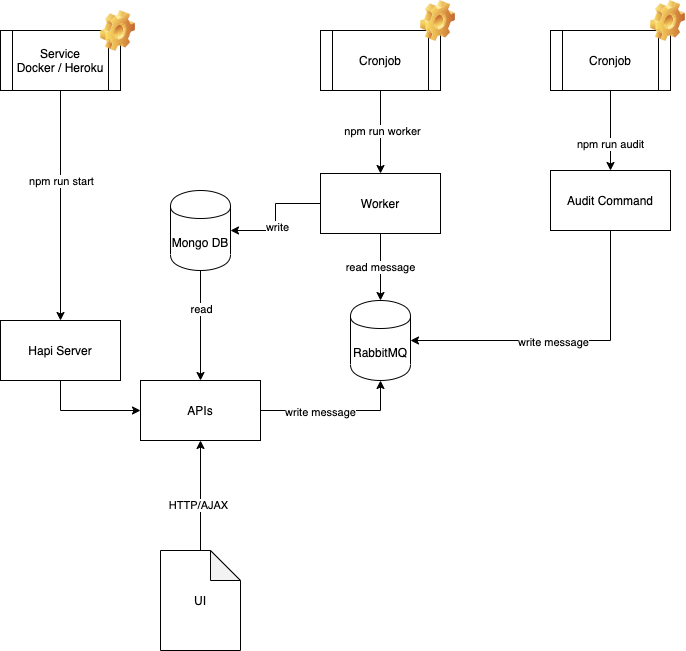
This is doc/assets/lhd_arch.png from lighthouse-dashboard/lighthouse-dashboard, a draw.io export, as it was before one commit. Source tidied: cells renumbered, new cells last; positions are measured from the earlier drawing's top-left corner, leaving out a move shared by most shapes.
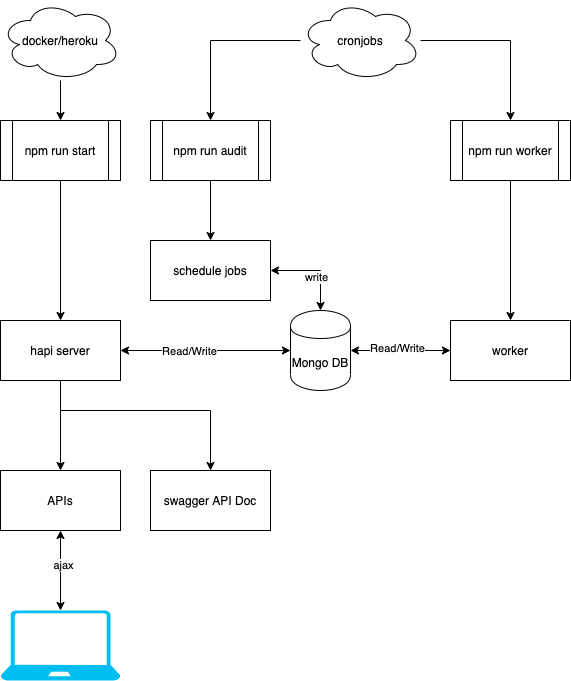
The same diagram one commit later.

Commit message:
Update responsive. Update arch img

Change to the diagram source:
```diff
@@ -1,103 +1,95 @@
-<mxGraphModel background="#ffffff">
+<mxGraphModel>
   <root>
     <mxCell id="0" />
     <mxCell id="1" parent="0" />
-    <mxCell id="2" style="edgeStyle=orthogonalEdgeStyle;rounded=0;jettySize=auto;html=1;" parent="1" edge="1" source="4" target="10">
-      <mxGeometry relative="1" as="geometry" />
-    </mxCell>
-    <mxCell id="3" value="read" style="edgeLabel;html=1;align=center;verticalAlign=middle;" parent="2" vertex="1">
-      <mxGeometry x="-0.31" relative="1" as="geometry" />
-    </mxCell>
+    <mxCell id="33" style="edgeStyle=orthogonalEdgeStyle;rounded=0;jettySize=auto;html=1;" parent="1" edge="1" source="26" target="40">
+      <mxGeometry relative="1" as="geometry" />
+    </mxCell>
+    <mxCell id="26" value="npm run start" style="shape=process;whiteSpace=wrap;html=1;backgroundOutline=1;" parent="1" vertex="1">
+      <mxGeometry x="-10" y="60" width="120" height="60" as="geometry" />
+    </mxCell>
+    <mxCell id="34" style="edgeStyle=orthogonalEdgeStyle;rounded=0;jettySize=auto;html=1;startArrow=none;startFill=0;" parent="1" edge="1" source="20" target="45">
+      <mxGeometry relative="1" as="geometry" />
+    </mxCell>
+    <mxCell id="20" value="npm run audit" style="shape=process;whiteSpace=wrap;html=1;backgroundOutline=1;" parent="1" vertex="1">
+      <mxGeometry x="140" y="60" width="120" height="60" as="geometry" />
+    </mxCell>
+    <mxCell id="35" style="edgeStyle=orthogonalEdgeStyle;rounded=0;jettySize=auto;html=1;startArrow=none;startFill=0;" parent="1" edge="1" source="23" target="43">
+      <mxGeometry relative="1" as="geometry" />
+    </mxCell>
+    <mxCell id="23" value="npm run worker" style="shape=process;whiteSpace=wrap;html=1;backgroundOutline=1;" parent="1" vertex="1">
+      <mxGeometry x="440" y="60" width="120" height="60" as="geometry" />
+    </mxCell>
+    <mxCell id="36" style="edgeStyle=orthogonalEdgeStyle;rounded=0;jettySize=auto;html=1;entryX=0;entryY=0.5;entryDx=0;entryDy=0;startArrow=classic;startFill=1;" parent="1" edge="1" source="40" target="4">
+      <mxGeometry relative="1" as="geometry" />
+    </mxCell>
+    <mxCell id="37" value="Read/Write&lt;br&gt;" style="edgeLabel;html=1;align=center;verticalAlign=middle;" parent="36" vertex="1">
+      <mxGeometry x="-0.2" relative="1" as="geometry" />
+    </mxCell>
+    <mxCell id="38" style="edgeStyle=orthogonalEdgeStyle;rounded=0;jettySize=auto;html=1;entryX=0.5;entryY=0;entryDx=0;entryDy=0;startArrow=none;startFill=0;" parent="1" edge="1" source="40" target="10">
+      <mxGeometry relative="1" as="geometry" />
+    </mxCell>
+    <mxCell id="39" style="edgeStyle=orthogonalEdgeStyle;rounded=0;jettySize=auto;html=1;startArrow=none;startFill=0;" parent="1" edge="1" source="40" target="54">
+      <mxGeometry relative="1" as="geometry">
+        <Array as="points">
+          <mxPoint x="50" y="350" />
+          <mxPoint x="200" y="350" />
+        </Array>
+      </mxGeometry>
+    </mxCell>
+    <mxCell id="40" value="hapi server" style="rounded=0;whiteSpace=wrap;html=1;" parent="1" vertex="1">
+      <mxGeometry x="-10" y="260" width="120" height="60" as="geometry" />
+    </mxCell>
+    <mxCell id="41" style="edgeStyle=orthogonalEdgeStyle;rounded=0;jettySize=auto;html=1;startArrow=classic;startFill=1;" parent="1" edge="1" source="4" target="43">
+      <mxGeometry relative="1" as="geometry" />
+    </mxCell>
+    <mxCell id="42" value="Read/Write" style="edgeLabel;html=1;align=center;verticalAlign=middle;" parent="41" vertex="1">
+      <mxGeometry x="-0.08" y="3" relative="1" as="geometry" />
+    </mxCell>
-    <mxCell id="4" value="Mongo DB&lt;br&gt;" style="shape=cylinder;whiteSpace=wrap;html=1;boundedLbl=1;backgroundOutline=1;" parent="1" vertex="1">
-      <mxGeometry x="170" y="190" width="60" height="80" as="geometry" />
+    <mxCell id="4" value="Mongo DB" style="shape=cylinder;whiteSpace=wrap;html=1;boundedLbl=1;backgroundOutline=1;" parent="1" vertex="1">
+      <mxGeometry x="280" y="250" width="60" height="80" as="geometry" />
     </mxCell>
-    <mxCell id="5" style="edgeStyle=orthogonalEdgeStyle;rounded=0;jettySize=auto;html=1;" parent="1" edge="1" source="7" target="10">
-      <mxGeometry relative="1" as="geometry" />
-    </mxCell>
-    <mxCell id="6" value="HTTP/AJAX" style="edgeLabel;html=1;align=center;verticalAlign=middle;" parent="5" vertex="1">
-      <mxGeometry x="-0.16" y="3" relative="1" as="geometry" />
-    </mxCell>
-    <mxCell id="7" value="UI" style="shape=note;whiteSpace=wrap;html=1;backgroundOutline=1;darkOpacity=0.05;" parent="1" vertex="1">
-      <mxGeometry x="160" y="550" width="80" height="100" as="geometry" />
-    </mxCell>
-    <mxCell id="8" style="edgeStyle=orthogonalEdgeStyle;rounded=0;jettySize=auto;html=1;entryX=0.5;entryY=1;entryDx=0;entryDy=0;" parent="1" edge="1" source="10" target="11">
-      <mxGeometry relative="1" as="geometry" />
-    </mxCell>
-    <mxCell id="9" value="write message" style="edgeLabel;html=1;align=center;verticalAlign=middle;" parent="8" vertex="1">
-      <mxGeometry x="-0.21" y="-1" relative="1" as="geometry" />
-    </mxCell>
+    <mxCell id="43" value="worker" style="rounded=0;whiteSpace=wrap;html=1;" parent="1" vertex="1">
+      <mxGeometry x="440" y="260" width="120" height="60" as="geometry" />
+    </mxCell>
+    <mxCell id="44" style="edgeStyle=orthogonalEdgeStyle;rounded=0;jettySize=auto;html=1;startArrow=classic;startFill=1;" parent="1" edge="1" source="45" target="4">
+      <mxGeometry relative="1" as="geometry" />
+    </mxCell>
+    <mxCell id="13" value="write" style="edgeLabel;html=1;align=center;verticalAlign=middle;" parent="44" vertex="1">
+      <mxGeometry y="-6" relative="1" as="geometry" />
+    </mxCell>
+    <mxCell id="45" value="schedule jobs" style="rounded=0;whiteSpace=wrap;html=1;" parent="1" vertex="1">
+      <mxGeometry x="140" y="180" width="120" height="60" as="geometry" />
+    </mxCell>
+    <mxCell id="46" style="edgeStyle=orthogonalEdgeStyle;rounded=0;jettySize=auto;html=1;startArrow=classic;startFill=1;" parent="1" edge="1" source="10" target="48">
+      <mxGeometry relative="1" as="geometry" />
+    </mxCell>
+    <mxCell id="47" value="ajax" style="edgeLabel;html=1;align=center;verticalAlign=middle;" parent="46" vertex="1">
+      <mxGeometry x="-0.15" y="2" relative="1" as="geometry" />
+    </mxCell>
     <mxCell id="10" value="APIs" style="rounded=0;whiteSpace=wrap;html=1;" parent="1" vertex="1">
-      <mxGeometry x="140" y="380" width="120" height="60" as="geometry" />
+      <mxGeometry x="-10" y="410" width="120" height="60" as="geometry" />
     </mxCell>
-    <mxCell id="11" value="RabbitMQ" style="shape=cylinder;whiteSpace=wrap;html=1;boundedLbl=1;backgroundOutline=1;" parent="1" vertex="1">
-      <mxGeometry x="350" y="300" width="60" height="80" as="geometry" />
-    </mxCell>
-    <mxCell id="12" style="edgeStyle=orthogonalEdgeStyle;rounded=0;jettySize=auto;html=1;entryX=1;entryY=0.5;entryDx=0;entryDy=0;" parent="1" edge="1" source="15" target="4">
-      <mxGeometry relative="1" as="geometry" />
-    </mxCell>
-    <mxCell id="13" value="write" style="edgeLabel;html=1;align=center;verticalAlign=middle;" parent="12" vertex="1">
-      <mxGeometry x="0.16" y="1" relative="1" as="geometry" />
-    </mxCell>
-    <mxCell id="14" value="read message" style="edgeStyle=orthogonalEdgeStyle;rounded=0;jettySize=auto;html=1;" parent="1" edge="1" source="15" target="11">
-      <mxGeometry relative="1" as="geometry" />
-    </mxCell>
-    <mxCell id="15" value="Worker" style="rounded=0;whiteSpace=wrap;html=1;" parent="1" vertex="1">
-      <mxGeometry x="320" y="173" width="120" height="60" as="geometry" />
-    </mxCell>
-    <mxCell id="16" style="edgeStyle=orthogonalEdgeStyle;rounded=0;jettySize=auto;html=1;entryX=1;entryY=0.5;entryDx=0;entryDy=0;exitX=0.5;exitY=1;exitDx=0;exitDy=0;" parent="1" edge="1" source="18" target="11">
-      <mxGeometry relative="1" as="geometry" />
-    </mxCell>
-    <mxCell id="17" value="write message" style="edgeLabel;html=1;align=center;verticalAlign=middle;" parent="16" vertex="1">
-      <mxGeometry x="0.09" y="1" relative="1" as="geometry" />
-    </mxCell>
-    <mxCell id="18" value="Audit Command" style="rounded=0;whiteSpace=wrap;html=1;" parent="1" vertex="1">
-      <mxGeometry x="550" y="170" width="120" height="60" as="geometry" />
-    </mxCell>
-    <mxCell id="19" style="edgeStyle=orthogonalEdgeStyle;rounded=0;jettySize=auto;html=1;entryX=0.5;entryY=0;entryDx=0;entryDy=0;" parent="1" edge="1" source="21" target="18">
-      <mxGeometry relative="1" as="geometry" />
-    </mxCell>
-    <mxCell id="20" value="npm run audit" style="edgeLabel;html=1;align=center;verticalAlign=middle;points=[];" parent="19" vertex="1">
-      <mxGeometry x="0.33" y="-1" relative="1" as="geometry" />
-    </mxCell>
-    <mxCell id="21" value="Cronjob" style="shape=process;whiteSpace=wrap;html=1;backgroundOutline=1;" parent="1" vertex="1">
-      <mxGeometry x="550" y="30" width="120" height="60" as="geometry" />
-    </mxCell>
-    <mxCell id="22" style="edgeStyle=orthogonalEdgeStyle;rounded=0;jettySize=auto;html=1;entryX=0.5;entryY=0;entryDx=0;entryDy=0;" parent="1" edge="1" source="24" target="15">
-      <mxGeometry relative="1" as="geometry" />
-    </mxCell>
-    <mxCell id="23" value="npm run worker" style="edgeLabel;html=1;align=center;verticalAlign=middle;points=[];" parent="22" vertex="1">
-      <mxGeometry x="-0.04" y="1" relative="1" as="geometry" />
-    </mxCell>
-    <mxCell id="24" value="Cronjob" style="shape=process;whiteSpace=wrap;html=1;backgroundOutline=1;" parent="1" vertex="1">
-      <mxGeometry x="320" y="30" width="120" height="60" as="geometry" />
-    </mxCell>
-    <mxCell id="25" style="edgeStyle=orthogonalEdgeStyle;rounded=0;jettySize=auto;html=1;" parent="1" edge="1" source="27" target="29">
-      <mxGeometry relative="1" as="geometry" />
-    </mxCell>
-    <mxCell id="26" value="npm run start" style="edgeLabel;html=1;align=center;verticalAlign=middle;points=[];" parent="25" vertex="1">
-      <mxGeometry x="-0.22" relative="1" as="geometry" />
-    </mxCell>
-    <mxCell id="27" value="Service&lt;br&gt;Docker / Heroku" style="shape=process;whiteSpace=wrap;html=1;backgroundOutline=1;" parent="1" vertex="1">
-      <mxGeometry y="30" width="120" height="60" as="geometry" />
-    </mxCell>
-    <mxCell id="28" style="edgeStyle=orthogonalEdgeStyle;rounded=0;jettySize=auto;html=1;entryX=0;entryY=0.5;entryDx=0;entryDy=0;" parent="1" edge="1" source="29" target="10">
-      <mxGeometry relative="1" as="geometry">
-        <Array as="points">
-          <mxPoint x="60" y="410" />
-        </Array>
-      </mxGeometry>
-    </mxCell>
-    <mxCell id="29" value="Hapi Server" style="rounded=0;whiteSpace=wrap;html=1;" parent="1" vertex="1">
-      <mxGeometry y="320" width="120" height="60" as="geometry" />
-    </mxCell>
-    <mxCell id="30" style="shape=image;html=1;verticalLabelPosition=bottom;labelBackgroundColor=#ffffff;verticalAlign=top;imageAspect=1;image=img/clipart/Gear_128x128.png;" parent="1" vertex="1">
-      <mxGeometry x="100" y="10" width="35" height="41" as="geometry" />
-    </mxCell>
-    <mxCell id="31" style="shape=image;html=1;verticalLabelPosition=bottom;labelBackgroundColor=#ffffff;verticalAlign=top;imageAspect=1;image=img/clipart/Gear_128x128.png;" parent="1" vertex="1">
-      <mxGeometry x="420" width="35" height="41" as="geometry" />
-    </mxCell>
-    <mxCell id="32" style="shape=image;html=1;verticalLabelPosition=bottom;labelBackgroundColor=#ffffff;verticalAlign=top;imageAspect=1;image=img/clipart/Gear_128x128.png;" parent="1" vertex="1">
-      <mxGeometry x="650" width="35" height="41" as="geometry" />
-    </mxCell>
+    <mxCell id="48" style="verticalLabelPosition=bottom;html=1;verticalAlign=top;align=center;strokeColor=none;fillColor=#00BEF2;shape=mxgraph.azure.laptop;" parent="1" vertex="1">
+      <mxGeometry x="-10" y="550" width="120" height="70" as="geometry" />
+    </mxCell>
+    <mxCell id="49" style="edgeStyle=orthogonalEdgeStyle;rounded=0;jettySize=auto;html=1;startArrow=none;startFill=0;" parent="1" edge="1" source="51" target="23">
+      <mxGeometry relative="1" as="geometry" />
+    </mxCell>
+    <mxCell id="50" style="edgeStyle=orthogonalEdgeStyle;rounded=0;jettySize=auto;html=1;startArrow=none;startFill=0;" parent="1" edge="1" source="51" target="20">
+      <mxGeometry relative="1" as="geometry" />
+    </mxCell>
+    <mxCell id="51" value="cronjobs" style="ellipse;shape=cloud;whiteSpace=wrap;html=1;" parent="1" vertex="1">
+      <mxGeometry x="290" y="-60" width="120" height="80" as="geometry" />
+    </mxCell>
+    <mxCell id="52" style="edgeStyle=orthogonalEdgeStyle;rounded=0;jettySize=auto;html=1;startArrow=none;startFill=0;" parent="1" edge="1" source="53" target="26">
+      <mxGeometry relative="1" as="geometry" />
+    </mxCell>
+    <mxCell id="53" value="docker/heroku" style="ellipse;shape=cloud;whiteSpace=wrap;html=1;" parent="1" vertex="1">
+      <mxGeometry x="-10" y="-60" width="120" height="80" as="geometry" />
+    </mxCell>
+    <mxCell id="54" value="swagger API Doc" style="rounded=0;whiteSpace=wrap;html=1;" parent="1" vertex="1">
+      <mxGeometry x="140" y="410" width="120" height="60" as="geometry" />
+    </mxCell>
   </root>
 </mxGraphModel>
```
